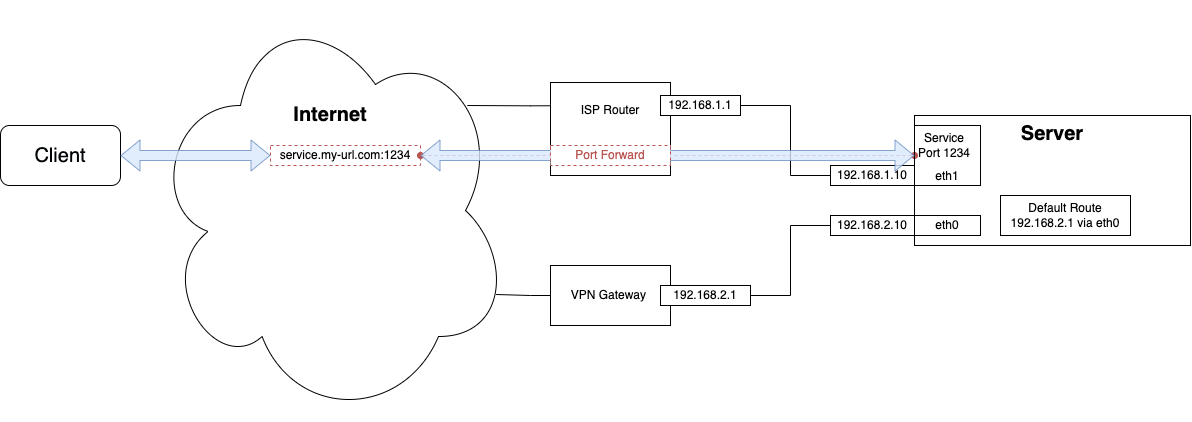
The draw.io diagram assets/wanted.png in mietzen/split-gateway, before a commit. Source tidied: cells renumbered, new cells last; positions are measured from the earlier drawing's top-left corner, leaving out a move shared by most shapes.
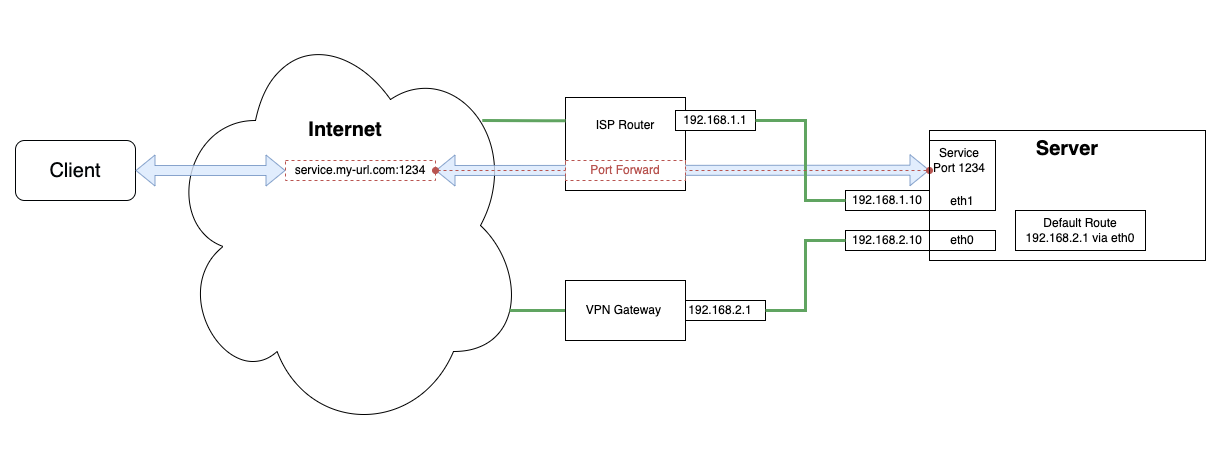
After the change.

The edit, as a diff of the source:
```diff
@@ -2,78 +2,86 @@
   <root>
     <mxCell id="0" />
     <mxCell id="1" parent="0" />
-    <mxCell id="2" value="&lt;font style=&quot;font-size: 20px;&quot;&gt;&lt;br&gt;&lt;br&gt;&lt;br&gt;&lt;br&gt;&lt;b&gt;&lt;font style=&quot;font-size: 20px;&quot;&gt;Internet&lt;/font&gt;&lt;/b&gt;&lt;/font&gt;" style="ellipse;shape=cloud;whiteSpace=wrap;html=1;rounded=0;verticalAlign=top;" parent="1" vertex="1">
-      <mxGeometry x="150" width="360" height="420" as="geometry" />
+    <mxCell id="2" value="&lt;br&gt;ISP Router" style="rounded=0;whiteSpace=wrap;html=1;verticalAlign=top;" parent="1" vertex="1">
+      <mxGeometry x="550" y="82" width="120" height="93" as="geometry" />
     </mxCell>
-    <mxCell id="3" style="edgeStyle=orthogonalEdgeStyle;rounded=0;jettySize=auto;html=1;endArrow=none;endFill=0;entryX=0.88;entryY=0.25;entryDx=0;entryDy=0;entryPerimeter=0;exitX=0;exitY=0.25;exitDx=0;exitDy=0;" parent="1" edge="1" source="4" target="2">
-      <mxGeometry relative="1" as="geometry" />
+    <mxCell id="3" value="192.168.1.10" style="rounded=0;whiteSpace=wrap;html=1;" parent="1" vertex="1">
+      <mxGeometry x="830" y="175" width="84" height="20" as="geometry" />
     </mxCell>
-    <mxCell id="4" value="&lt;br&gt;ISP Router" style="rounded=0;whiteSpace=wrap;html=1;verticalAlign=top;" parent="1" vertex="1">
-      <mxGeometry x="550" y="82" width="120" height="93" as="geometry" />
+    <mxCell id="4" value="&lt;font style=&quot;font-size: 20px;&quot;&gt;&lt;br&gt;&lt;br&gt;&lt;br&gt;&lt;br&gt;&lt;b&gt;&lt;font style=&quot;font-size: 20px;&quot;&gt;Internet&lt;/font&gt;&lt;/b&gt;&lt;/font&gt;" style="ellipse;shape=cloud;whiteSpace=wrap;html=1;rounded=0;verticalAlign=top;" parent="1" vertex="1">
+      <mxGeometry x="150" width="360" height="420" as="geometry" />
     </mxCell>
-    <mxCell id="5" value="VPN Gateway&amp;nbsp;" style="rounded=0;whiteSpace=wrap;html=1;" parent="1" vertex="1">
-      <mxGeometry x="550" y="265" width="120" height="60" as="geometry" />
+    <mxCell id="5" style="shape=flexArrow;endArrow=classic;html=1;rounded=0;fontSize=20;fontColor=#B85450;fillColor=#dae8fc;strokeColor=#6c8ebf;opacity=80;entryX=0;entryY=0.424;entryDx=0;entryDy=0;exitX=1;exitY=0.5;exitDx=0;exitDy=0;startArrow=block;entryPerimeter=0;" parent="1" edge="1" source="22" target="18">
+      <mxGeometry relative="1" as="geometry" />
     </mxCell>
-    <mxCell id="6" value="&lt;b&gt;&lt;font style=&quot;font-size: 20px;&quot;&gt;Server&lt;/font&gt;&lt;/b&gt;" style="rounded=0;whiteSpace=wrap;html=1;align=center;verticalAlign=top;" parent="1" vertex="1">
-      <mxGeometry x="914" y="115" width="276" height="130" as="geometry" />
+    <mxCell id="6" style="edgeStyle=orthogonalEdgeStyle;rounded=0;jettySize=auto;html=1;endArrow=none;endFill=0;entryX=0.88;entryY=0.25;entryDx=0;entryDy=0;entryPerimeter=0;exitX=0;exitY=0.25;exitDx=0;exitDy=0;strokeWidth=3;strokeColor=#60A461;" parent="1" edge="1" source="2" target="4">
+      <mxGeometry relative="1" as="geometry" />
     </mxCell>
-    <mxCell id="7" value="192.168.1.1" style="rounded=0;whiteSpace=wrap;html=1;" parent="1" vertex="1">
-      <mxGeometry x="660" y="95" width="80" height="20" as="geometry" />
+    <mxCell id="7" value="VPN Gateway&amp;nbsp;" style="rounded=0;whiteSpace=wrap;html=1;" parent="1" vertex="1">
+      <mxGeometry x="550" y="265" width="120" height="60" as="geometry" />
     </mxCell>
-    <mxCell id="8" value="192.168.1.10" style="rounded=0;whiteSpace=wrap;html=1;" parent="1" vertex="1">
-      <mxGeometry x="830" y="165" width="84" height="20" as="geometry" />
+    <mxCell id="8" value="&lt;b&gt;&lt;font style=&quot;font-size: 20px;&quot;&gt;Server&lt;/font&gt;&lt;/b&gt;" style="rounded=0;whiteSpace=wrap;html=1;align=center;verticalAlign=top;" parent="1" vertex="1">
+      <mxGeometry x="914" y="115" width="276" height="130" as="geometry" />
     </mxCell>
-    <mxCell id="9" value="192.168.2.10" style="rounded=0;whiteSpace=wrap;html=1;" parent="1" vertex="1">
-      <mxGeometry x="830" y="215" width="84" height="20" as="geometry" />
+    <mxCell id="9" value="192.168.1.1" style="rounded=0;whiteSpace=wrap;html=1;" parent="1" vertex="1">
+      <mxGeometry x="660" y="95" width="80" height="20" as="geometry" />
     </mxCell>
-    <mxCell id="10" value="192.168.2.1" style="rounded=0;whiteSpace=wrap;html=1;" parent="1" vertex="1">
-      <mxGeometry x="660" y="285" width="90" height="20" as="geometry" />
+    <mxCell id="10" value="192.168.2.10" style="rounded=0;whiteSpace=wrap;html=1;" parent="1" vertex="1">
+      <mxGeometry x="830" y="215" width="84" height="20" as="geometry" />
     </mxCell>
-    <mxCell id="11" style="edgeStyle=orthogonalEdgeStyle;rounded=0;jettySize=auto;html=1;exitX=1;exitY=0.5;exitDx=0;exitDy=0;entryX=0;entryY=0.5;entryDx=0;entryDy=0;endArrow=none;endFill=0;" parent="1" edge="1" source="7" target="8">
-      <mxGeometry relative="1" as="geometry">
-        <Array as="points">
-          <mxPoint x="790" y="105" />
-          <mxPoint x="790" y="175" />
-        </Array>
-      </mxGeometry>
+    <mxCell id="11" value="192.168.2.1" style="rounded=0;whiteSpace=wrap;html=1;" parent="1" vertex="1">
+      <mxGeometry x="660" y="285" width="90" height="20" as="geometry" />
     </mxCell>
-    <mxCell id="12" style="edgeStyle=orthogonalEdgeStyle;rounded=0;jettySize=auto;html=1;exitX=0;exitY=0.5;exitDx=0;exitDy=0;entryX=1;entryY=0.5;entryDx=0;entryDy=0;endArrow=none;endFill=0;" parent="1" edge="1" source="9" target="10">
-      <mxGeometry relative="1" as="geometry" />
+    <mxCell id="12" style="edgeStyle=orthogonalEdgeStyle;rounded=0;jettySize=auto;html=1;exitX=1;exitY=0.5;exitDx=0;exitDy=0;entryX=0;entryY=0.5;entryDx=0;entryDy=0;endArrow=none;endFill=0;strokeWidth=3;strokeColor=#60A461;" parent="1" edge="1" source="9" target="3">
+      <mxGeometry relative="1" as="geometry">
+        <Array as="points">
+          <mxPoint x="790" y="105" />
+          <mxPoint x="790" y="185" />
+        </Array>
+      </mxGeometry>
     </mxCell>
-    <mxCell id="13" value="Default Route&lt;br&gt;192.168.2.1 via eth0" style="text;html=1;strokeColor=default;fillColor=none;align=center;verticalAlign=middle;whiteSpace=wrap;rounded=0;" parent="1" vertex="1">
-      <mxGeometry x="1000" y="195" width="130" height="40" as="geometry" />
+    <mxCell id="13" style="edgeStyle=orthogonalEdgeStyle;rounded=0;jettySize=auto;html=1;exitX=0;exitY=0.5;exitDx=0;exitDy=0;entryX=1;entryY=0.5;entryDx=0;entryDy=0;endArrow=none;endFill=0;strokeWidth=3;strokeColor=#60A461;" parent="1" edge="1" source="10" target="11">
+      <mxGeometry relative="1" as="geometry" />
     </mxCell>
-    <mxCell id="14" value="Service&lt;br&gt;Port 1234" style="text;html=1;strokeColor=none;fillColor=none;align=center;verticalAlign=middle;whiteSpace=wrap;rounded=0;" parent="1" vertex="1">
-      <mxGeometry x="914" y="125" width="60" height="40" as="geometry" />
+    <mxCell id="14" value="Default Route&lt;br&gt;192.168.2.1 via eth0" style="text;html=1;strokeColor=default;fillColor=none;align=center;verticalAlign=middle;whiteSpace=wrap;rounded=0;" parent="1" vertex="1">
+      <mxGeometry x="1000" y="195" width="130" height="40" as="geometry" />
     </mxCell>
-    <mxCell id="15" value="service.my-url.com:1234" style="text;html=1;strokeColor=#B85450;fillColor=none;align=center;verticalAlign=middle;whiteSpace=wrap;rounded=0;dashed=1;" parent="1" vertex="1">
-      <mxGeometry x="270" y="145" width="150" height="20" as="geometry" />
+    <mxCell id="15" value="Service&lt;br&gt;Port 1234" style="text;html=1;strokeColor=none;fillColor=none;align=center;verticalAlign=middle;whiteSpace=wrap;rounded=0;" parent="1" vertex="1">
+      <mxGeometry x="914" y="125" width="60" height="40" as="geometry" />
     </mxCell>
-    <mxCell id="16" style="edgeStyle=orthogonalEdgeStyle;rounded=0;jettySize=auto;html=1;exitX=0;exitY=0.75;exitDx=0;exitDy=0;entryX=1;entryY=0.5;entryDx=0;entryDy=0;endArrow=oval;endFill=1;dashed=1;startArrow=oval;startFill=1;fillColor=#f8cecc;strokeColor=#b85450;" parent="1" edge="1" source="14" target="15">
+    <mxCell id="16" style="edgeStyle=orthogonalEdgeStyle;rounded=0;jettySize=auto;html=1;exitX=0;exitY=0.75;exitDx=0;exitDy=0;entryX=1;entryY=0.5;entryDx=0;entryDy=0;endArrow=oval;endFill=1;dashed=1;startArrow=oval;startFill=1;fillColor=#f8cecc;strokeColor=#b85450;" parent="1" edge="1" source="15" target="22">
       <mxGeometry relative="1" as="geometry" />
     </mxCell>
     <mxCell id="17" value="eth0" style="text;html=1;strokeColor=default;fillColor=none;align=center;verticalAlign=middle;whiteSpace=wrap;rounded=0;" parent="1" vertex="1">
       <mxGeometry x="914" y="215" width="66" height="20" as="geometry" />
     </mxCell>
     <mxCell id="18" value="eth1" style="text;html=1;strokeColor=default;fillColor=none;align=center;verticalAlign=bottom;whiteSpace=wrap;rounded=0;" parent="1" vertex="1">
-      <mxGeometry x="914" y="125" width="66" height="60" as="geometry" />
+      <mxGeometry x="914" y="125" width="66" height="70" as="geometry" />
     </mxCell>
-    <mxCell id="19" style="edgeStyle=orthogonalEdgeStyle;rounded=0;jettySize=auto;html=1;endArrow=none;endFill=0;entryX=0.96;entryY=0.7;entryDx=0;entryDy=0;entryPerimeter=0;exitX=0;exitY=0.5;exitDx=0;exitDy=0;" parent="1" edge="1" source="5" target="2">
-      <mxGeometry relative="1" as="geometry" />
+    <mxCell id="19" style="edgeStyle=orthogonalEdgeStyle;rounded=0;jettySize=auto;html=1;endArrow=none;endFill=0;exitX=0;exitY=0.5;exitDx=0;exitDy=0;strokeWidth=3;strokeColor=#60A461;" parent="1" edge="1" source="7">
+      <mxGeometry relative="1" as="geometry">
+        <mxPoint x="494" y="295" as="targetPoint" />
+      </mxGeometry>
     </mxCell>
-    <mxCell id="20" style="shape=flexArrow;endArrow=classic;html=1;rounded=0;fontSize=20;fontColor=#B85450;fillColor=#dae8fc;strokeColor=#6c8ebf;opacity=80;entryX=0;entryY=0.5;entryDx=0;entryDy=0;exitX=1;exitY=0.5;exitDx=0;exitDy=0;startArrow=block;" parent="1" edge="1" source="15" target="18">
-      <mxGeometry relative="1" as="geometry" />
+    <mxCell id="20" value="&lt;font color=&quot;#000305&quot;&gt;Client&lt;/font&gt;" style="rounded=1;whiteSpace=wrap;html=1;fontSize=20;fontColor=#B85450;strokeColor=#000305;fillColor=default;" parent="1" vertex="1">
+      <mxGeometry y="125" width="120" height="60" as="geometry" />
     </mxCell>
-    <mxCell id="21" value="&lt;font color=&quot;#000305&quot;&gt;Client&lt;/font&gt;" style="rounded=1;whiteSpace=wrap;html=1;fontSize=20;fontColor=#B85450;strokeColor=#000305;fillColor=default;" parent="1" vertex="1">
-      <mxGeometry y="125" width="120" height="60" as="geometry" />
+    <mxCell id="21" style="shape=flexArrow;endArrow=classic;html=1;rounded=0;fontSize=20;fontColor=#B85450;fillColor=#dae8fc;strokeColor=#6c8ebf;opacity=80;exitX=1;exitY=0.5;exitDx=0;exitDy=0;startArrow=block;" parent="1" edge="1" source="20">
+      <mxGeometry relative="1" as="geometry">
+        <mxPoint x="270" y="155" as="targetPoint" />
+      </mxGeometry>
     </mxCell>
-    <mxCell id="22" style="shape=flexArrow;endArrow=classic;html=1;rounded=0;fontSize=20;fontColor=#B85450;fillColor=#dae8fc;strokeColor=#6c8ebf;opacity=80;exitX=1;exitY=0.5;exitDx=0;exitDy=0;startArrow=block;" parent="1" edge="1" source="21">
-      <mxGeometry relative="1" as="geometry">
-        <mxPoint x="270" y="155" as="targetPoint" />
-      </mxGeometry>
+    <mxCell id="22" value="service.my-url.com:1234" style="text;html=1;strokeColor=#B85450;fillColor=none;align=center;verticalAlign=middle;whiteSpace=wrap;rounded=0;dashed=1;" parent="1" vertex="1">
+      <mxGeometry x="270" y="145" width="150" height="20" as="geometry" />
     </mxCell>
-    <mxCell id="23" value="&lt;font color=&quot;#b85450&quot;&gt;Port Forward&lt;/font&gt;" style="rounded=0;whiteSpace=wrap;html=1;dashed=1;strokeColor=#B85450;" parent="1" vertex="1">
-      <mxGeometry x="550" y="145" width="120" height="20" as="geometry" />
+    <mxCell id="23" value="VPN Gateway&amp;nbsp;" style="rounded=0;whiteSpace=wrap;html=1;" parent="1" vertex="1">
+      <mxGeometry x="550" y="265" width="120" height="60" as="geometry" />
     </mxCell>
+    <mxCell id="24" value="VPN Gateway&amp;nbsp;" style="rounded=0;whiteSpace=wrap;html=1;" parent="1" vertex="1">
+      <mxGeometry x="550" y="265" width="120" height="60" as="geometry" />
+    </mxCell>
+    <mxCell id="25" value="&lt;font color=&quot;#b85450&quot;&gt;Port Forward&lt;/font&gt;" style="rounded=0;whiteSpace=wrap;html=1;dashed=1;strokeColor=#B85450;fillColor=default;" parent="1" vertex="1">
+      <mxGeometry x="550" y="145" width="120" height="20" as="geometry" />
+    </mxCell>
   </root>
 </mxGraphModel>
```
